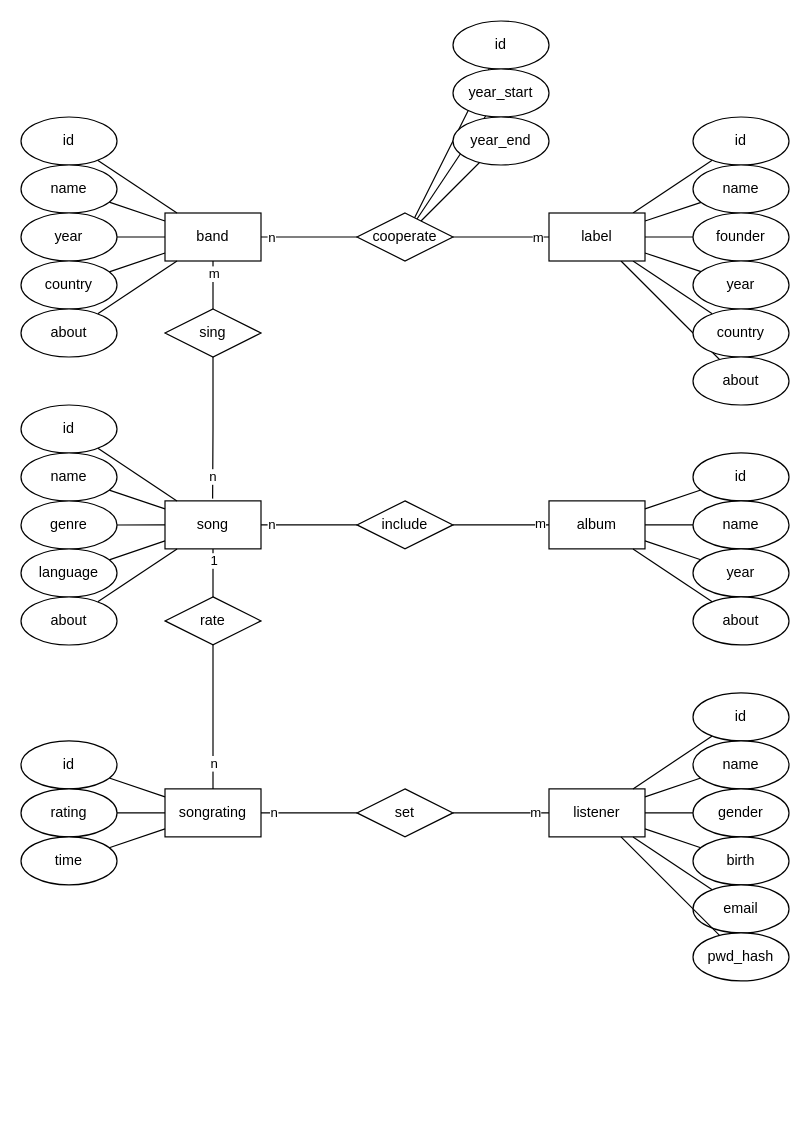
Earlier version of the draw.io diagram lab_01/db_er.drawio (denzhkko/bmstu_iu7_db). Source tidied: cells renumbered, new cells numbered last; positions are measured from the earlier drawing's top-left corner, leaving out a move shared by most shapes. Both pictures are drawn from the tidied source at 120%, with x=0, y=0 at pixel (20, 20).
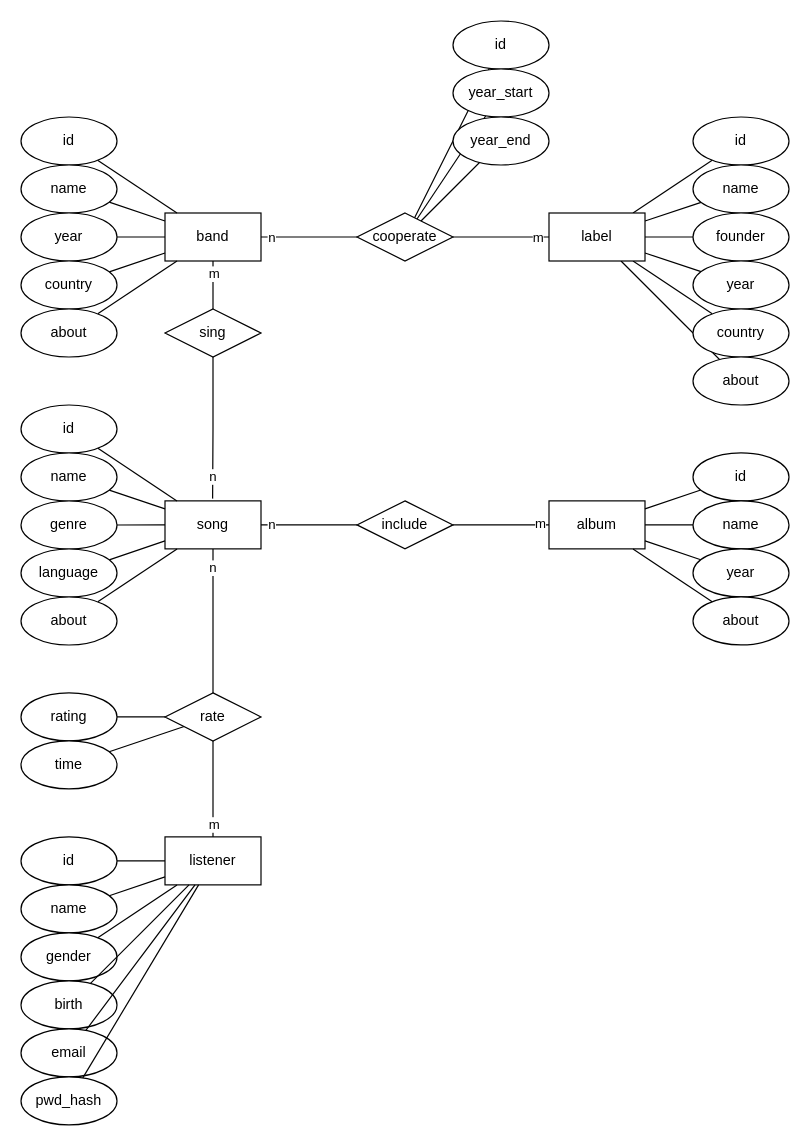
The same diagram, later.

Commit message (it also covers changes not shown here):
lab_01:songrating table replaced by song-listener relation

The change refers to these unchanged cells:
```xml
<mxCell id="9" value="&lt;div&gt;song&lt;/div&gt;" style="rounded=0;whiteSpace=wrap;html=1;" parent="1" vertex="1">
  <mxGeometry x="120" y="399.9" width="80" height="40" as="geometry" />
</mxCell>
```

What changed in the source:
```diff
@@
-    <mxCell id="6" value="&lt;div&gt;songrating&lt;/div&gt;" style="rounded=0;whiteSpace=wrap;html=1;" parent="1" vertex="1">
-      <mxGeometry x="120" y="639.9" width="80" height="40" as="geometry" />
-    </mxCell>
@@
+    <mxCell id="97" style="edgeStyle=none;rounded=0;jettySize=auto;html=1;endArrow=none;endFill=0;" parent="1" edge="1" source="10" target="36">
+      <mxGeometry relative="1" as="geometry" />
+    </mxCell>
+    <mxCell id="40" value="m" style="edgeLabel;html=1;align=center;verticalAlign=middle;" parent="97" vertex="1">
+      <mxGeometry x="-0.6" relative="1" as="geometry">
+        <mxPoint y="6" as="offset" />
+      </mxGeometry>
+    </mxCell>
     <mxCell id="10" value="listener" style="rounded=0;whiteSpace=wrap;html=1;" parent="1" vertex="1">
-      <mxGeometry x="440" y="639.9" width="80" height="40" as="geometry" />
+      <mxGeometry x="120" y="679.9" width="80" height="40" as="geometry" />
     </mxCell>
@@
-    <mxCell id="32" style="edgeStyle=orthogonalEdgeStyle;rounded=0;jettySize=auto;html=1;exitX=0.5;exitY=0;exitDx=0;exitDy=0;entryX=0.5;entryY=1;entryDx=0;entryDy=0;endArrow=none;endFill=0;" parent="1" edge="1" source="36" target="9">
-      <mxGeometry relative="1" as="geometry" />
-    </mxCell>
-    <mxCell id="33" value="&lt;div&gt;1&lt;/div&gt;" style="edgeLabel;html=1;align=center;verticalAlign=middle;" parent="32" vertex="1">
-      <mxGeometry x="0.69" relative="1" as="geometry">
-        <mxPoint y="4" as="offset" />
-      </mxGeometry>
-    </mxCell>
-    <mxCell id="34" style="edgeStyle=orthogonalEdgeStyle;rounded=0;jettySize=auto;html=1;exitX=0.5;exitY=1;exitDx=0;exitDy=0;entryX=0.5;entryY=0;entryDx=0;entryDy=0;endArrow=none;endFill=0;" parent="1" edge="1" source="36" target="6">
-      <mxGeometry relative="1" as="geometry" />
-    </mxCell>
-    <mxCell id="35" value="&lt;div&gt;n&lt;/div&gt;" style="edgeLabel;html=1;align=center;verticalAlign=middle;" parent="34" vertex="1">
-      <mxGeometry x="0.74" y="-1" relative="1" as="geometry">
-        <mxPoint x="1" y="-5" as="offset" />
-      </mxGeometry>
-    </mxCell>
-    <mxCell id="36" value="&lt;div&gt;rate&lt;/div&gt;" style="rhombus;whiteSpace=wrap;html=1;" parent="1" vertex="1">
-      <mxGeometry x="120" y="479.9" width="80" height="40" as="geometry" />
-    </mxCell>
-    <mxCell id="37" style="edgeStyle=orthogonalEdgeStyle;rounded=0;jettySize=auto;html=1;exitX=0;exitY=0.5;exitDx=0;exitDy=0;entryX=1;entryY=0.5;entryDx=0;entryDy=0;endArrow=none;endFill=0;" parent="1" edge="1" source="41" target="6">
-      <mxGeometry relative="1" as="geometry" />
-    </mxCell>
-    <mxCell id="38" value="&lt;div&gt;n&lt;/div&gt;" style="edgeLabel;html=1;align=center;verticalAlign=middle;" parent="37" vertex="1">
-      <mxGeometry x="0.74" relative="1" as="geometry" />
-    </mxCell>
-    <mxCell id="39" style="edgeStyle=orthogonalEdgeStyle;rounded=0;jettySize=auto;html=1;exitX=1;exitY=0.5;exitDx=0;exitDy=0;entryX=0;entryY=0.5;entryDx=0;entryDy=0;endArrow=none;endFill=0;" parent="1" edge="1" source="41" target="10">
-      <mxGeometry relative="1" as="geometry" />
-    </mxCell>
-    <mxCell id="40" value="&lt;div&gt;m&lt;/div&gt;" style="edgeLabel;html=1;align=center;verticalAlign=middle;" parent="39" vertex="1">
-      <mxGeometry x="0.69" relative="1" as="geometry" />
-    </mxCell>
-    <mxCell id="41" value="&lt;div&gt;set&lt;/div&gt;" style="rhombus;whiteSpace=wrap;html=1;" parent="1" vertex="1">
-      <mxGeometry x="280" y="639.9" width="80" height="40" as="geometry" />
-    </mxCell>
@@
-    <mxCell id="76" style="edgeStyle=none;rounded=0;jettySize=auto;html=1;endArrow=none;endFill=0;" parent="1" edge="1" source="77" target="6">
-      <mxGeometry relative="1" as="geometry" />
-    </mxCell>
-    <mxCell id="77" value="id" style="ellipse;whiteSpace=wrap;html=1;" parent="1" vertex="1">
-      <mxGeometry y="599.9" width="80" height="40" as="geometry" />
-    </mxCell>
-    <mxCell id="78" style="edgeStyle=none;rounded=0;jettySize=auto;html=1;endArrow=none;endFill=0;" parent="1" edge="1" source="79" target="6">
+    <mxCell id="78" style="edgeStyle=none;rounded=0;jettySize=auto;html=1;endArrow=none;endFill=0;" parent="1" edge="1" source="79" target="36">
       <mxGeometry relative="1" as="geometry" />
     </mxCell>
     <mxCell id="79" value="rating" style="ellipse;whiteSpace=wrap;html=1;" parent="1" vertex="1">
-      <mxGeometry y="639.9" width="80" height="40" as="geometry" />
+      <mxGeometry y="559.9" width="80" height="40" as="geometry" />
     </mxCell>
-    <mxCell id="80" style="edgeStyle=none;rounded=0;jettySize=auto;html=1;endArrow=none;endFill=0;" parent="1" edge="1" source="81" target="6">
+    <mxCell id="80" style="edgeStyle=none;rounded=0;jettySize=auto;html=1;endArrow=none;endFill=0;" parent="1" edge="1" source="81" target="36">
       <mxGeometry relative="1" as="geometry" />
     </mxCell>
     <mxCell id="81" value="time" style="ellipse;whiteSpace=wrap;html=1;" parent="1" vertex="1">
-      <mxGeometry y="679.9" width="80" height="40" as="geometry" />
+      <mxGeometry y="599.9" width="80" height="40" as="geometry" />
     </mxCell>
@@
     <mxCell id="83" value="id" style="ellipse;whiteSpace=wrap;html=1;" parent="1" vertex="1">
-      <mxGeometry x="560" y="559.9" width="80" height="40" as="geometry" />
+      <mxGeometry y="679.9" width="80" height="40" as="geometry" />
     </mxCell>
@@
     <mxCell id="85" value="name" style="ellipse;whiteSpace=wrap;html=1;" parent="1" vertex="1">
-      <mxGeometry x="560" y="599.9" width="80" height="40" as="geometry" />
+      <mxGeometry y="719.9" width="80" height="40" as="geometry" />
     </mxCell>
@@
     <mxCell id="87" value="gender" style="ellipse;whiteSpace=wrap;html=1;" parent="1" vertex="1">
-      <mxGeometry x="560" y="639.9" width="80" height="40" as="geometry" />
+      <mxGeometry y="759.9" width="80" height="40" as="geometry" />
     </mxCell>
@@
     <mxCell id="89" value="birth" style="ellipse;whiteSpace=wrap;html=1;" parent="1" vertex="1">
-      <mxGeometry x="560" y="679.9" width="80" height="40" as="geometry" />
+      <mxGeometry y="799.9" width="80" height="40" as="geometry" />
     </mxCell>
@@
     <mxCell id="91" value="email" style="ellipse;whiteSpace=wrap;html=1;" parent="1" vertex="1">
-      <mxGeometry x="560" y="719.9" width="80" height="40" as="geometry" />
+      <mxGeometry y="839.9" width="80" height="40" as="geometry" />
     </mxCell>
@@
     <mxCell id="93" value="pwd_hash" style="ellipse;whiteSpace=wrap;html=1;" parent="1" vertex="1">
-      <mxGeometry x="560" y="759.9" width="80" height="40" as="geometry" />
+      <mxGeometry y="879.9" width="80" height="40" as="geometry" />
     </mxCell>
@@
+    <mxCell id="32" style="rounded=0;jettySize=auto;html=1;endArrow=none;endFill=0;" parent="1" edge="1" source="36" target="9">
+      <mxGeometry relative="1" as="geometry" />
+    </mxCell>
+    <mxCell id="98" value="&lt;div&gt;n&lt;/div&gt;" style="edgeLabel;html=1;align=center;verticalAlign=middle;" parent="32" vertex="1">
+      <mxGeometry x="0.73" y="1" relative="1" as="geometry" />
+    </mxCell>
+    <mxCell id="36" value="&lt;div&gt;rate&lt;/div&gt;" style="rhombus;whiteSpace=wrap;html=1;" parent="1" vertex="1">
+      <mxGeometry x="120" y="559.9" width="80" height="40.1" as="geometry" />
+    </mxCell>
```
